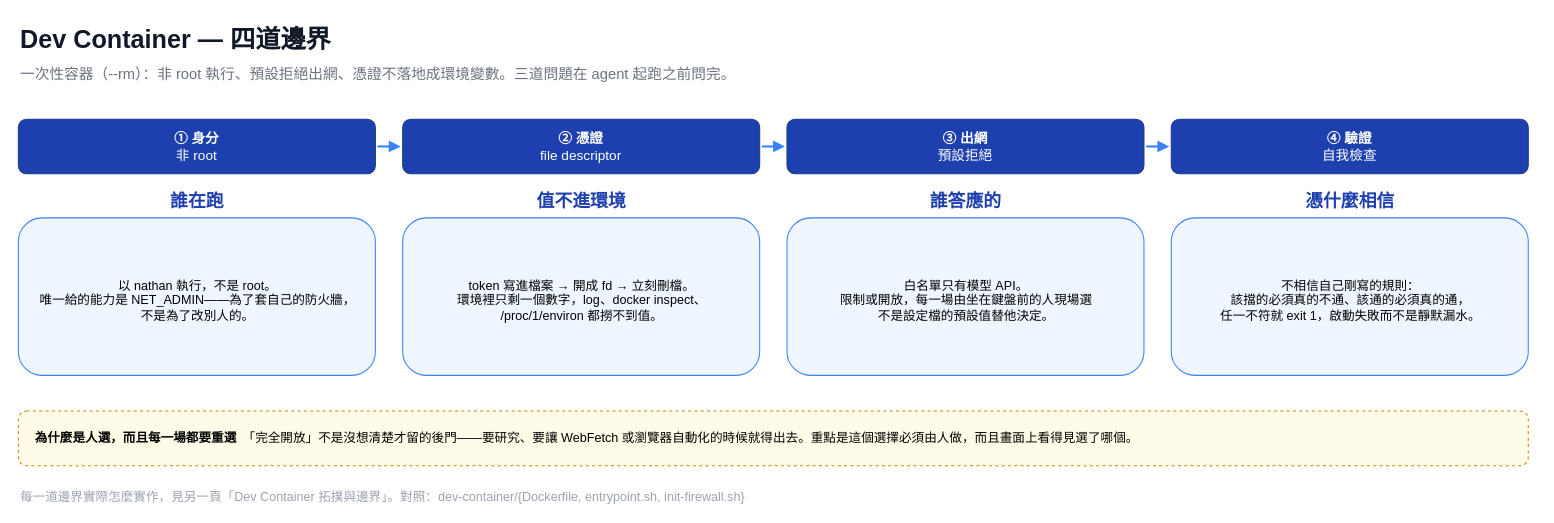
This is page "Dev Container（一頁版）" (3 of 3) of docs/dev-container.drawio from nathanfhh/30-days-ironman, a draw.io file, before an edit. Source tidied: cells renumbered, new cells numbered last; positions are measured from the earlier drawing's top-left corner, leaving out a move shared by most shapes. Both pictures are drawn from the tidied source at 105%, with x=0, y=0 at pixel (18, 18).
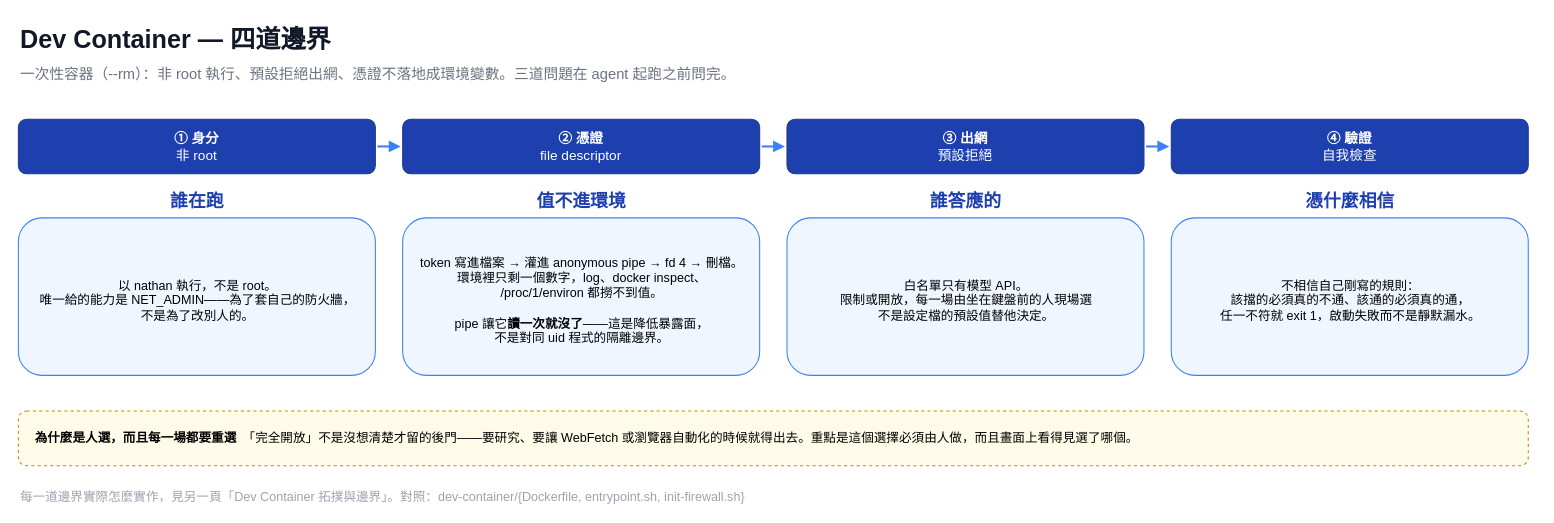
Above is the later version.

Commit message (it also covers changes not shown here):
fix(dev-container): 憑證的 fd 換成 pipe，並且到最後一刻才建

What changed in the source:
```diff
@@
-    <mxCell id="9" value="token 寫進檔案 → 開成 fd → 立刻刪檔。&lt;br&gt;環境裡只剩一個數字，log、docker inspect、&lt;br&gt;/proc/1/environ 都撈不到值。" style="rounded=1;whiteSpace=wrap;html=1;fillColor=#eff6ff;strokeColor=#3b82f6;fontSize=12;align=center;spacingLeft=12;spacingRight=10;verticalAlign=middle;spacingTop=8;" parent="1" vertex="1">
+    <mxCell id="9" value="token 寫進檔案 → 灌進 anonymous pipe → fd 4 → 刪檔。&lt;br&gt;環境裡只剩一個數字，log、docker inspect、&lt;br&gt;/proc/1/environ 都撈不到值。&lt;br&gt;&lt;br&gt;pipe 讓它&lt;b&gt;讀一次就沒了&lt;/b&gt;——這是降低暴露面，&lt;br&gt;不是對同 uid 程式的隔離邊界。" style="rounded=1;whiteSpace=wrap;html=1;fillColor=#eff6ff;strokeColor=#3b82f6;fontSize=12;align=center;spacingLeft=12;spacingRight=10;verticalAlign=middle;spacingTop=8;" parent="1" vertex="1">
       <mxGeometry x="366" y="190" width="340" height="150" as="geometry" />
     </mxCell>
```
